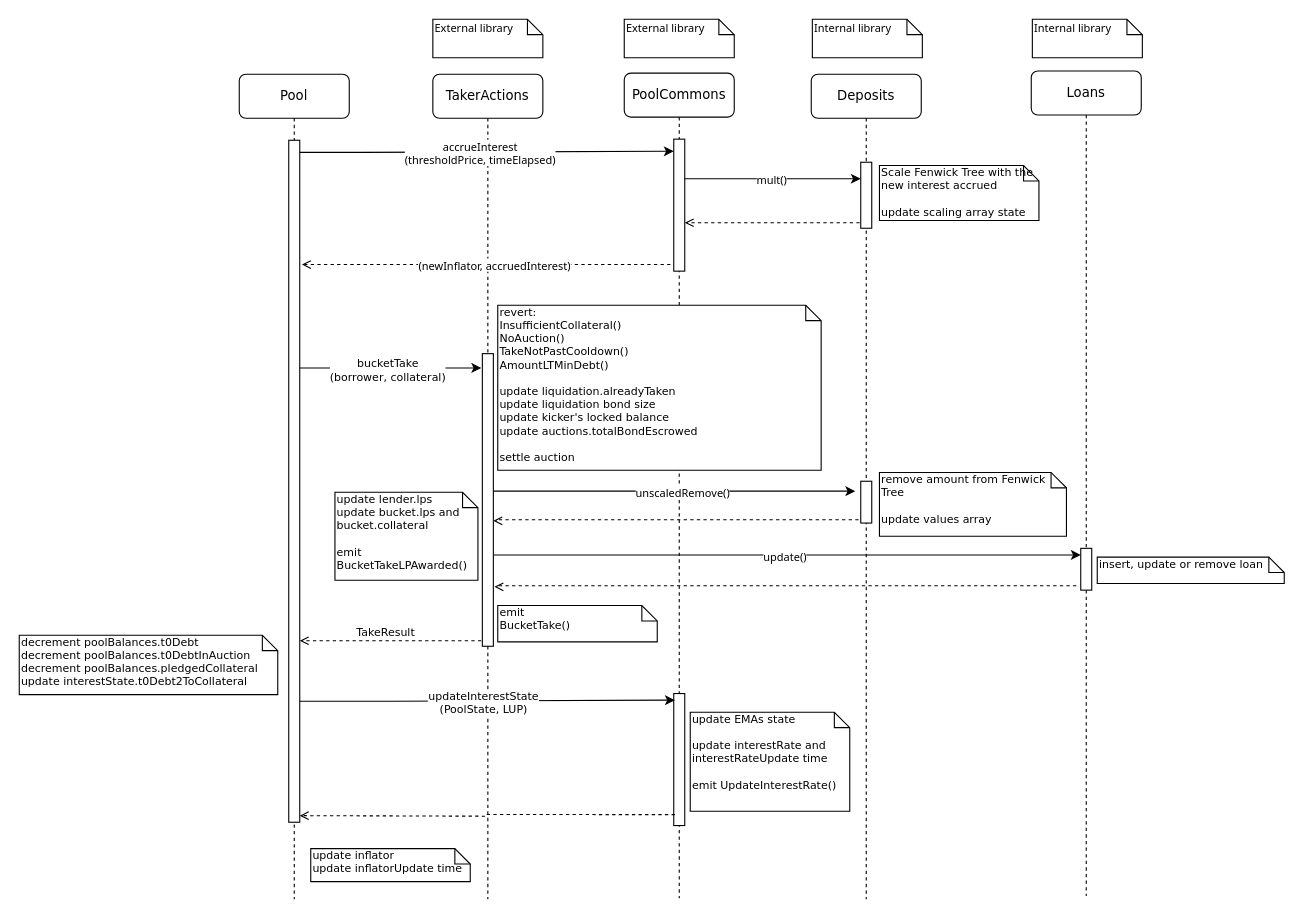
Earlier version of the draw.io diagram docs/drawio/bucketTake.drawio (ajna-finance/ajna-core). Source tidied: cells renumbered, new cells numbered last; positions are measured from the earlier drawing's top-left corner, leaving out a move shared by most shapes. Both pictures are drawn from the tidied source at 110%, with x=0, y=0 at pixel (19, 19).
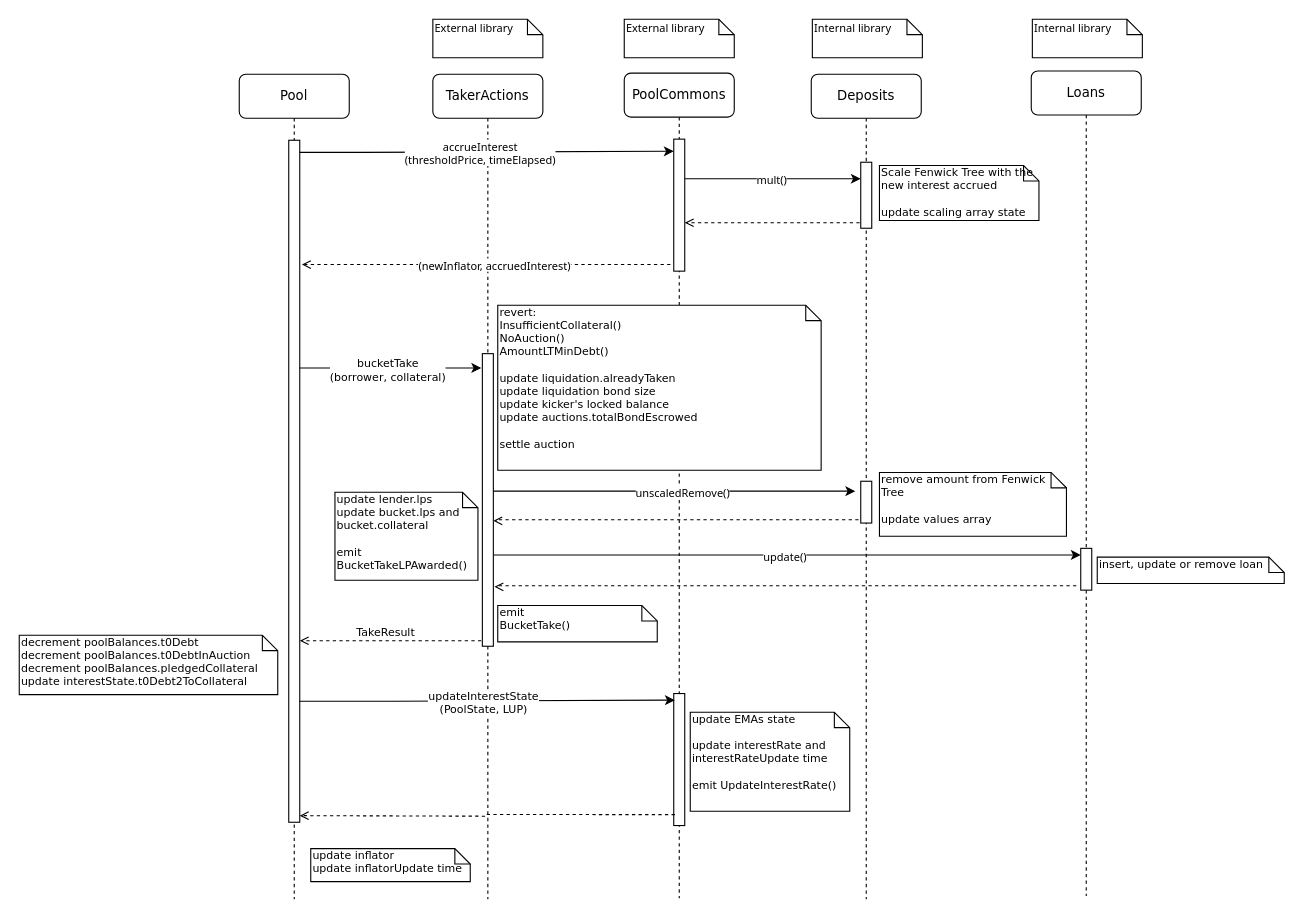
The same diagram, later.

Diff of the diagram source:
```diff
@@
-    <mxCell id="38" value="&lt;div&gt;revert:&lt;/div&gt;InsufficientCollateral()&lt;br&gt;NoAuction()&lt;br&gt;TakeNotPastCooldown()&lt;br&gt;AmountLTMinDebt()&lt;div&gt;&lt;br&gt;&lt;/div&gt;update liquidation.alreadyTaken&lt;br&gt;update liquidation bond size&lt;br&gt;update kicker's locked balance&lt;br&gt;&lt;div&gt;update auctions.totalBondEscrowed&lt;/div&gt;&lt;div&gt;&lt;br&gt;&lt;/div&gt;&lt;div&gt;settle auction&lt;br&gt;&lt;/div&gt;" style="shape=note;whiteSpace=wrap;html=1;size=14;verticalAlign=top;align=left;spacingTop=-6;rounded=0;shadow=0;comic=0;labelBackgroundColor=none;strokeWidth=1;fontFamily=Verdana;fontSize=10;" parent="1" vertex="1">
+    <mxCell id="38" value="&lt;div&gt;revert:&lt;/div&gt;InsufficientCollateral()&lt;br&gt;NoAuction()&lt;br&gt;AmountLTMinDebt()&lt;div&gt;&lt;br&gt;&lt;/div&gt;update liquidation.alreadyTaken&lt;br&gt;update liquidation bond size&lt;br&gt;update kicker's locked balance&lt;br&gt;&lt;div&gt;update auctions.totalBondEscrowed&lt;/div&gt;&lt;div&gt;&lt;br&gt;&lt;/div&gt;&lt;div&gt;settle auction&lt;br&gt;&lt;/div&gt;" style="shape=note;whiteSpace=wrap;html=1;size=14;verticalAlign=top;align=left;spacingTop=-6;rounded=0;shadow=0;comic=0;labelBackgroundColor=none;strokeWidth=1;fontFamily=Verdana;fontSize=10;" parent="1" vertex="1">
       <mxGeometry x="435" y="260" width="294" height="150" as="geometry" />
     </mxCell>
```
